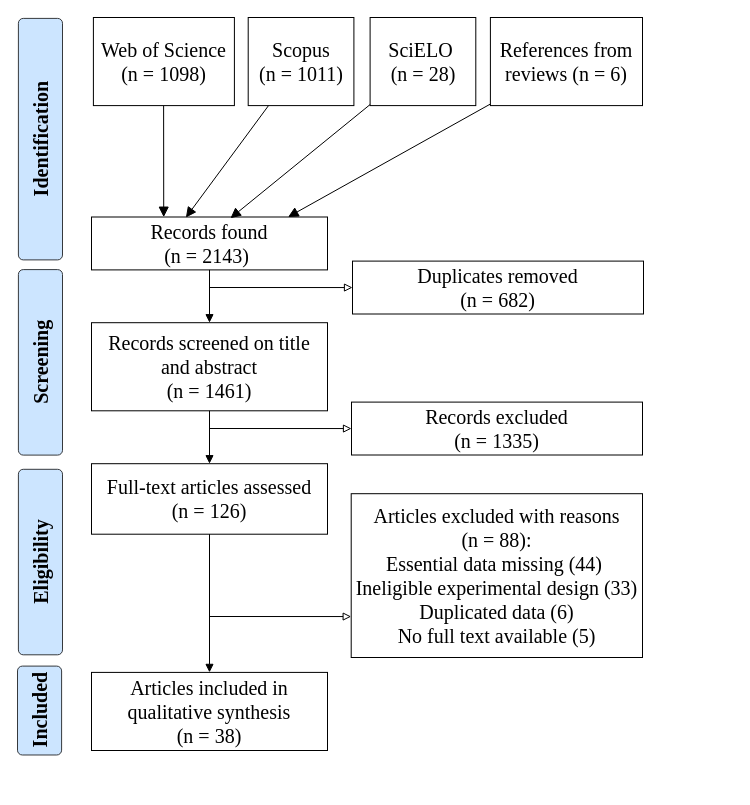
Damian-VA/MosquitoReview keeps this draw.io diagram as MosquitoReviewFlowChart.drawio. Above is the earlier version. Source tidied: cells renumbered, new cells numbered last; positions are measured from the earlier drawing's top-left corner, leaving out a move shared by most shapes. Both pictures are drawn from the tidied source at 100%, with x=0, y=0 at pixel (-81, 17).
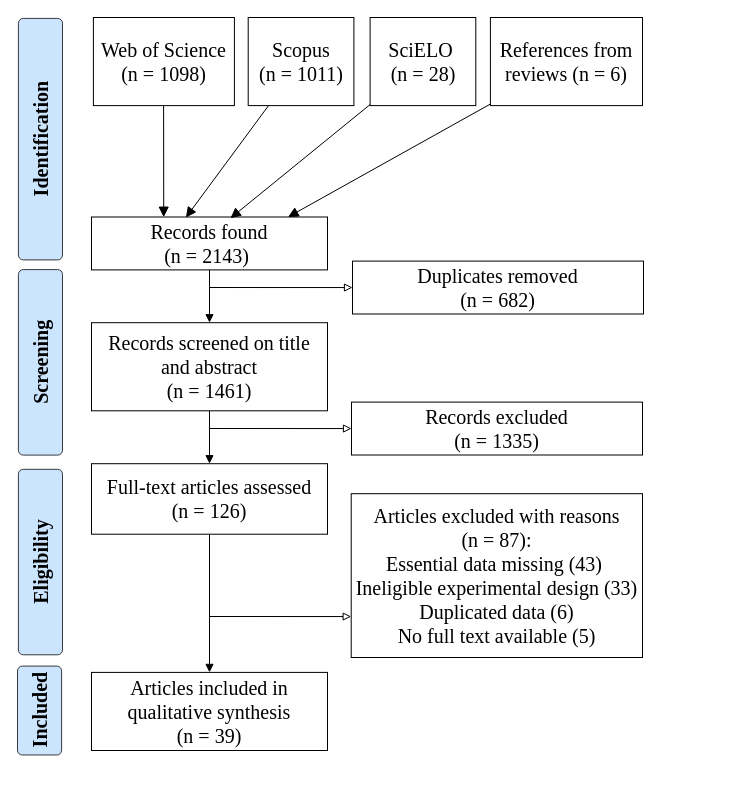
Above is the later version.

Commit message:
Damián changed to 39 qualitative synthesis articles (Pereira Dos Santos, 2018 had its coordinates registered)

The change refers to these unchanged cells:
```xml
<mxCell id="2" style="group;fontSize=20;" parent="1" vertex="1">
  <mxGeometry x="98" width="714.7" height="770" as="geometry" />
</mxCell>
```

Change to the diagram source:
```diff
@@
-    <mxCell id="22" value="Articles excluded with reasons &lt;br&gt;(n = 88):&lt;br style=&quot;font-size: 20px&quot;&gt;Essential data missing (44)&amp;nbsp;&lt;br style=&quot;font-size: 20px&quot;&gt;Ineligible experimental design (33)&lt;br style=&quot;font-size: 20px&quot;&gt;Duplicated data (6)&lt;br style=&quot;font-size: 20px&quot;&gt;No full text available (5)" style="rounded=0;whiteSpace=wrap;html=1;fontFamily=Times New Roman;fontSize=20;" parent="2" vertex="1">
+    <mxCell id="22" value="Articles excluded with reasons &lt;br&gt;(n = 87):&lt;br style=&quot;font-size: 20px&quot;&gt;Essential data missing (43)&amp;nbsp;&lt;br style=&quot;font-size: 20px&quot;&gt;Ineligible experimental design (33)&lt;br style=&quot;font-size: 20px&quot;&gt;Duplicated data (6)&lt;br style=&quot;font-size: 20px&quot;&gt;No full text available (5)" style="rounded=0;whiteSpace=wrap;html=1;fontFamily=Times New Roman;fontSize=20;" parent="2" vertex="1">
       <mxGeometry x="333.7" y="476.2" width="291.3" height="163.8" as="geometry" />
     </mxCell>
-    <mxCell id="23" value="Articles included in qualitative synthesis&lt;br&gt;(n = 38)" style="rounded=0;whiteSpace=wrap;html=1;fontFamily=Times New Roman;fontSize=20;" parent="2" vertex="1">
+    <mxCell id="23" value="Articles included in qualitative synthesis&lt;br&gt;(n = 39)" style="rounded=0;whiteSpace=wrap;html=1;fontFamily=Times New Roman;fontSize=20;" parent="2" vertex="1">
       <mxGeometry x="74" y="654.9" width="236" height="78.1" as="geometry" />
     </mxCell>
```
